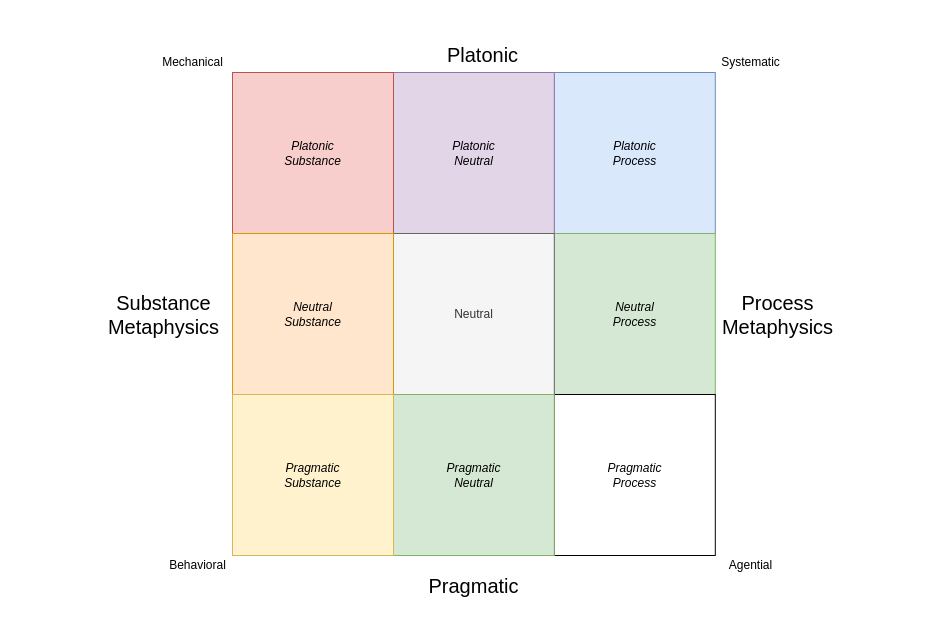
Above: agenda_metaphysics_clean.drawio in codeaudit/1 (draw.io), before the change. Source tidied: cells renumbered, new cells numbered last; positions are measured from the earlier drawing's top-left corner, leaving out a move shared by most shapes. Both pictures are drawn from the tidied source at 100%, with x=0, y=0 at pixel (98, 34).
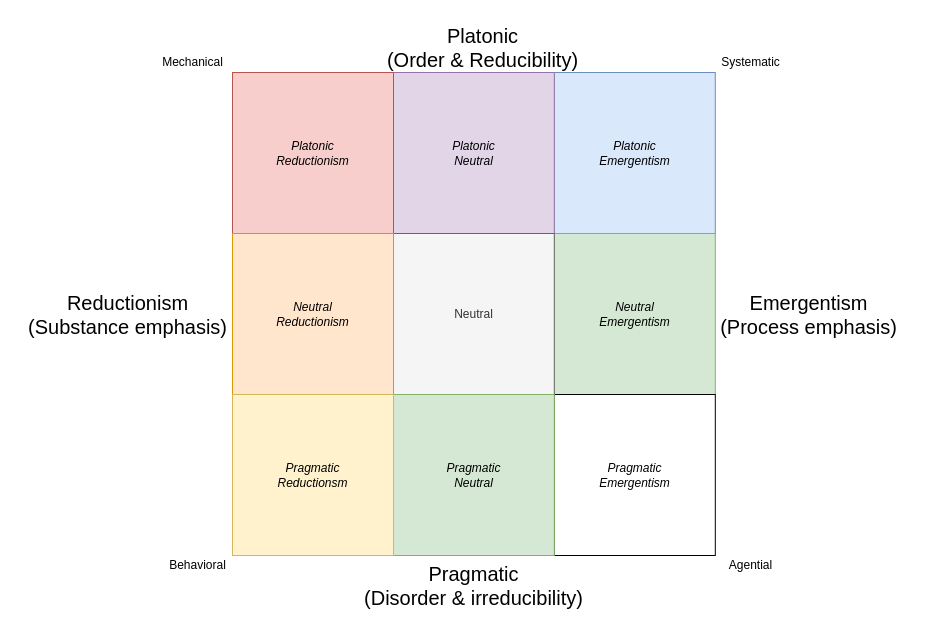
Above is the later version.

The edit, as a diff of the source:
```diff
@@
-    <mxCell id="2" value="Platonic&lt;br&gt;Process" style="whiteSpace=wrap;html=1;fillColor=#dae8fc;strokeColor=#6c8ebf;fontStyle=2;" parent="1" vertex="1">
+    <mxCell id="2" value="Platonic&lt;br&gt;Emergentism" style="whiteSpace=wrap;html=1;fillColor=#dae8fc;strokeColor=#6c8ebf;fontStyle=2;" parent="1" vertex="1">
       <mxGeometry x="455.8" y="38" width="161" height="161" as="geometry" />
     </mxCell>
@@
-    <mxCell id="4" value="Platonic&lt;br&gt;Substance" style="whiteSpace=wrap;html=1;fillColor=#f8cecc;strokeColor=#b85450;fontStyle=2;" parent="1" vertex="1">
+    <mxCell id="4" value="Platonic&lt;br&gt;Reductionism" style="whiteSpace=wrap;html=1;fillColor=#f8cecc;strokeColor=#b85450;fontStyle=2;" parent="1" vertex="1">
       <mxGeometry x="134" y="38" width="161" height="161" as="geometry" />
     </mxCell>
-    <mxCell id="5" value="Neutral&lt;br&gt;Process" style="whiteSpace=wrap;html=1;fillColor=#d5e8d4;strokeColor=#82b366;fontStyle=2;" parent="1" vertex="1">
+    <mxCell id="5" value="Neutral&lt;br&gt;Emergentism" style="whiteSpace=wrap;html=1;fillColor=#d5e8d4;strokeColor=#82b366;fontStyle=2;" parent="1" vertex="1">
       <mxGeometry x="455.8" y="199" width="161" height="161" as="geometry" />
     </mxCell>
@@
-    <mxCell id="7" value="Neutral&lt;br&gt;Substance" style="whiteSpace=wrap;html=1;fillColor=#ffe6cc;strokeColor=#d79b00;fontStyle=2;" parent="1" vertex="1">
+    <mxCell id="7" value="Neutral&lt;br&gt;Reductionism" style="whiteSpace=wrap;html=1;fillColor=#ffe6cc;strokeColor=#d79b00;fontStyle=2;" parent="1" vertex="1">
       <mxGeometry x="134" y="199" width="161" height="161" as="geometry" />
     </mxCell>
-    <mxCell id="8" value="Pragmatic&lt;br&gt;Process" style="whiteSpace=wrap;html=1;fontStyle=2;" parent="1" vertex="1">
+    <mxCell id="8" value="Pragmatic&lt;br&gt;Emergentism" style="whiteSpace=wrap;html=1;fontStyle=2;" parent="1" vertex="1">
       <mxGeometry x="455.8" y="360" width="161" height="161" as="geometry" />
     </mxCell>
@@
-    <mxCell id="10" value="Pragmatic&lt;br&gt;Substance" style="whiteSpace=wrap;html=1;fillColor=#fff2cc;strokeColor=#d6b656;fontStyle=2;" parent="1" vertex="1">
+    <mxCell id="10" value="Pragmatic&lt;br&gt;Reductionsm" style="whiteSpace=wrap;html=1;fillColor=#fff2cc;strokeColor=#d6b656;fontStyle=2;" parent="1" vertex="1">
       <mxGeometry x="134" y="360" width="161" height="161" as="geometry" />
     </mxCell>
-    <mxCell id="11" value="Pragmatic&lt;br&gt;" style="text;html=1;align=center;verticalAlign=middle;fontSize=20;" parent="1" vertex="1">
-      <mxGeometry x="320.2" y="531" width="110" height="40" as="geometry" />
+    <mxCell id="11" value="Pragmatic&lt;br&gt;(Disorder &amp;amp; irreducibility)" style="text;html=1;align=center;verticalAlign=middle;fontSize=20;" parent="1" vertex="1">
+      <mxGeometry x="255.2" y="521" width="240" height="60" as="geometry" />
     </mxCell>
-    <mxCell id="12" value="Platonic" style="text;html=1;align=center;verticalAlign=middle;fontSize=20;" parent="1" vertex="1">
-      <mxGeometry x="339" width="90" height="40" as="geometry" />
+    <mxCell id="12" value="Platonic&lt;br&gt;(Order &amp;amp; Reducibility)" style="text;html=1;align=center;verticalAlign=middle;fontSize=20;" parent="1" vertex="1">
+      <mxGeometry x="279" y="-17" width="210" height="60" as="geometry" />
     </mxCell>
-    <mxCell id="13" value="Process&lt;br&gt;Metaphysics" style="text;html=1;align=center;verticalAlign=middle;fontSize=20;" parent="1" vertex="1">
-      <mxGeometry x="614" y="250" width="130" height="60" as="geometry" />
+    <mxCell id="13" value="Emergentism&lt;br&gt;(Process emphasis)" style="text;html=1;align=center;verticalAlign=middle;fontSize=20;" parent="1" vertex="1">
+      <mxGeometry x="610" y="249.5" width="200" height="60" as="geometry" />
     </mxCell>
-    <mxCell id="14" value="Substance&lt;br&gt;Metaphysics" style="text;html=1;align=center;verticalAlign=middle;fontSize=20;" parent="1" vertex="1">
-      <mxGeometry y="250" width="130" height="60" as="geometry" />
+    <mxCell id="14" value="Reductionism&lt;br&gt;(Substance emphasis)" style="text;html=1;align=center;verticalAlign=middle;fontSize=20;" parent="1" vertex="1">
+      <mxGeometry x="-81" y="249.5" width="220" height="60" as="geometry" />
     </mxCell>
```
